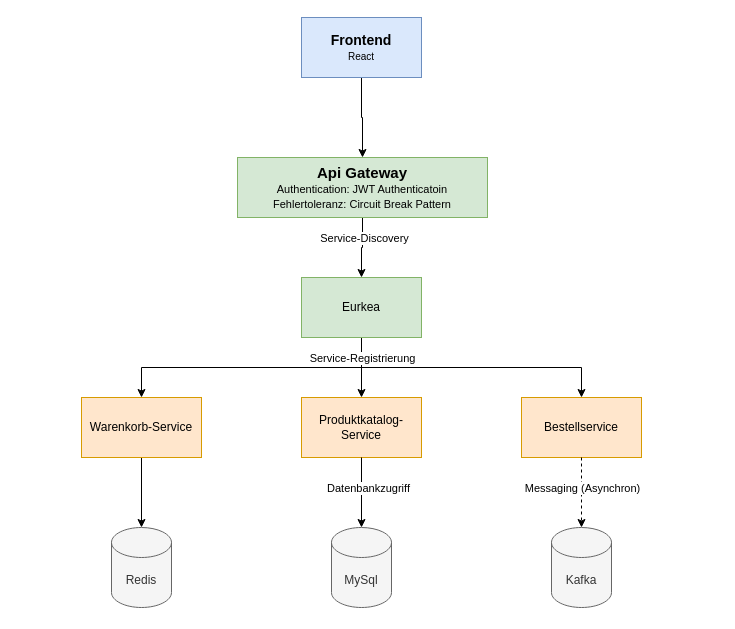
Earlier version of the draw.io diagram Dokumentation/Architekturskizze.drawio (ColinMarti1/WebShop). Source tidied: cells renumbered, new cells numbered last; positions are measured from the earlier drawing's top-left corner, leaving out a move shared by most shapes. Both pictures are drawn from the tidied source at 100%, with x=0, y=0 at pixel (81, 17).
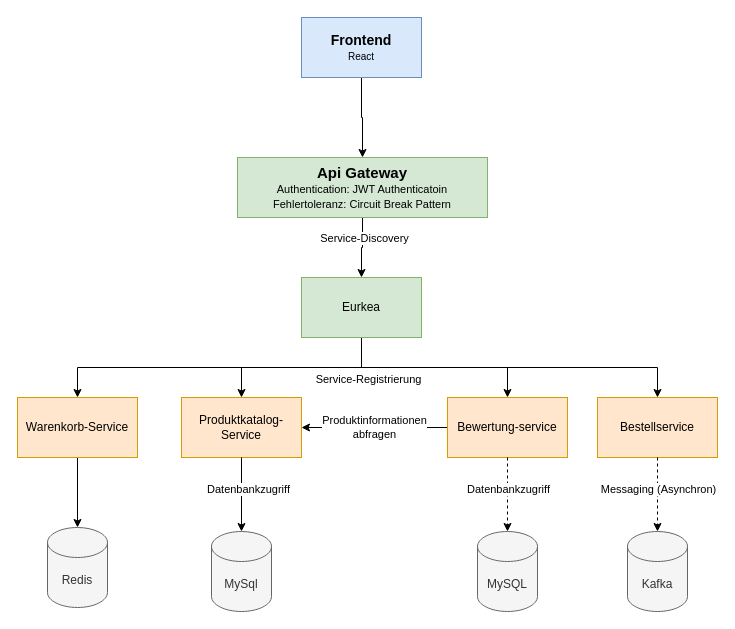
Above is the later version.

Commit message:
Architekturskizze erstellt.

Unchanged cells that the change refers to:
```xml
<mxCell id="16" style="edgeStyle=orthogonalEdgeStyle;rounded=0;jettySize=auto;html=1;exitX=0.5;exitY=1;exitDx=0;exitDy=0;entryX=0.5;entryY=0;entryDx=0;entryDy=0;" parent="1" edge="1" source="18" target="8">
  <mxGeometry relative="1" as="geometry" />
</mxCell>
<mxCell id="18" value="Eurkea" style="rounded=0;whiteSpace=wrap;html=1;fillColor=#d5e8d4;strokeColor=#82b366;" parent="1" vertex="1">
  <mxGeometry x="220" y="260" width="120" height="60" as="geometry" />
</mxCell>
```

The edit, as a diff of the source:
```diff
@@
     <mxCell id="8" value="Warenkorb-Service" style="rounded=0;whiteSpace=wrap;html=1;fillColor=#ffe6cc;strokeColor=#d79b00;" parent="1" vertex="1">
-      <mxGeometry y="380" width="120" height="60" as="geometry" />
+      <mxGeometry x="-64" y="380" width="120" height="60" as="geometry" />
     </mxCell>
     <mxCell id="9" value="Produktkatalog-Service" style="rounded=0;whiteSpace=wrap;html=1;fillColor=#ffe6cc;strokeColor=#d79b00;" parent="1" vertex="1">
-      <mxGeometry x="220" y="380" width="120" height="60" as="geometry" />
+      <mxGeometry x="100" y="380" width="120" height="60" as="geometry" />
     </mxCell>
     <mxCell id="10" value="Bestellservice" style="rounded=0;whiteSpace=wrap;html=1;fillColor=#ffe6cc;strokeColor=#d79b00;" parent="1" vertex="1">
-      <mxGeometry x="440" y="380" width="120" height="60" as="geometry" />
+      <mxGeometry x="516" y="380" width="120" height="60" as="geometry" />
     </mxCell>
     <mxCell id="11" value="MySql" style="shape=cylinder3;whiteSpace=wrap;html=1;boundedLbl=1;backgroundOutline=1;size=15;fillColor=#f5f5f5;fontColor=#333333;strokeColor=#666666;" parent="1" vertex="1">
-      <mxGeometry x="250" y="510" width="60" height="80" as="geometry" />
+      <mxGeometry x="130" y="514" width="60" height="80" as="geometry" />
     </mxCell>
     <mxCell id="12" value="Kafka" style="shape=cylinder3;whiteSpace=wrap;html=1;boundedLbl=1;backgroundOutline=1;size=15;fillColor=#f5f5f5;fontColor=#333333;strokeColor=#666666;" parent="1" vertex="1">
-      <mxGeometry x="470" y="510" width="60" height="80" as="geometry" />
+      <mxGeometry x="546" y="514" width="60" height="80" as="geometry" />
     </mxCell>
     <mxCell id="13" value="Redis" style="shape=cylinder3;whiteSpace=wrap;html=1;boundedLbl=1;backgroundOutline=1;size=15;fillColor=#f5f5f5;fontColor=#333333;strokeColor=#666666;" parent="1" vertex="1">
-      <mxGeometry x="30" y="510" width="60" height="80" as="geometry" />
+      <mxGeometry x="-34" y="510" width="60" height="80" as="geometry" />
     </mxCell>
@@
     <mxCell id="17" value="Service-Registrierung" style="edgeLabel;html=1;align=center;verticalAlign=middle;" parent="16" vertex="1">
-      <mxGeometry x="-0.86" relative="1" as="geometry" />
+      <mxGeometry x="-0.86" relative="1" as="geometry">
+        <mxPoint x="6" y="17" as="offset" />
+      </mxGeometry>
     </mxCell>
+    <mxCell id="24" style="edgeStyle=orthogonalEdgeStyle;rounded=0;jettySize=auto;html=1;entryX=0.5;entryY=0;entryDx=0;entryDy=0;" parent="1" edge="1" source="18" target="26">
+      <mxGeometry relative="1" as="geometry">
+        <Array as="points">
+          <mxPoint x="280" y="350" />
+          <mxPoint x="426" y="350" />
+        </Array>
+      </mxGeometry>
+    </mxCell>
@@
+    <mxCell id="25" value="Produktinformationen &lt;br&gt;abfragen" style="edgeStyle=orthogonalEdgeStyle;rounded=0;jettySize=auto;html=1;entryX=1;entryY=0.5;entryDx=0;entryDy=0;" parent="1" edge="1" source="26" target="9">
+      <mxGeometry relative="1" as="geometry" />
+    </mxCell>
+    <mxCell id="26" value="Bewertung-service" style="rounded=0;whiteSpace=wrap;html=1;fillColor=#ffe6cc;strokeColor=#d79b00;" parent="1" vertex="1">
+      <mxGeometry x="366" y="380" width="120" height="60" as="geometry" />
+    </mxCell>
+    <mxCell id="27" value="MySQL" style="shape=cylinder3;whiteSpace=wrap;html=1;boundedLbl=1;backgroundOutline=1;size=15;fillColor=#f5f5f5;fontColor=#333333;strokeColor=#666666;" parent="1" vertex="1">
+      <mxGeometry x="396" y="514" width="60" height="80" as="geometry" />
+    </mxCell>
+    <mxCell id="28" style="edgeStyle=orthogonalEdgeStyle;rounded=0;jettySize=auto;html=1;entryX=0.5;entryY=0;entryDx=0;entryDy=0;entryPerimeter=0;dashed=1;exitX=0.5;exitY=1;exitDx=0;exitDy=0;" parent="1" edge="1" source="26" target="27">
+      <mxGeometry relative="1" as="geometry" />
+    </mxCell>
+    <mxCell id="29" value="Datenbankzugriff" style="edgeLabel;html=1;align=center;verticalAlign=middle;" parent="28" vertex="1">
+      <mxGeometry x="-0.15" relative="1" as="geometry" />
+    </mxCell>
```
